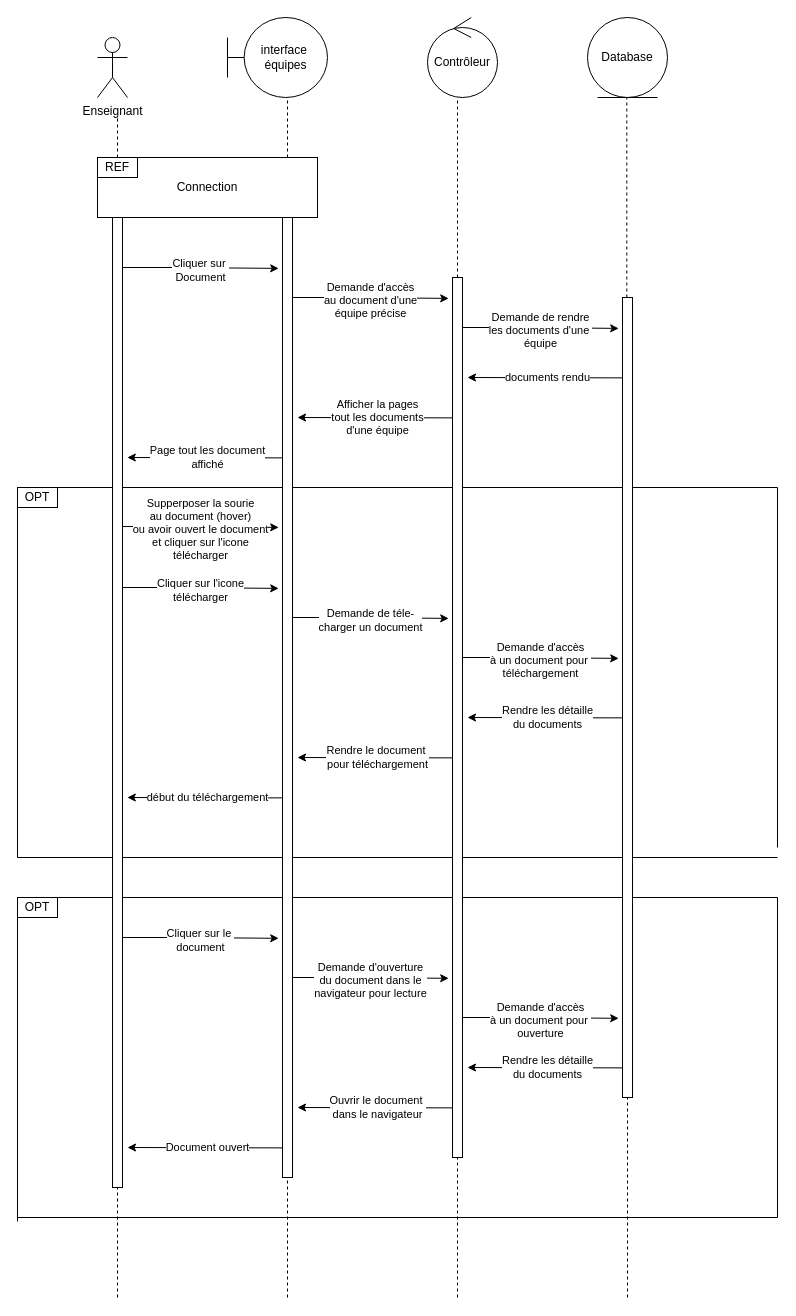
stormsidali2001/PFE_third_year_school_project_front keeps this draw.io diagram as diagrams/ConculterLesDocumentsDeSesEquipes.drawio. Above is the earlier version. Source tidied: cells renumbered, new cells numbered last; positions are measured from the earlier drawing's top-left corner, leaving out a move shared by most shapes. Both pictures are drawn from the tidied source at 100%, with x=0, y=0 at pixel (17, 17).
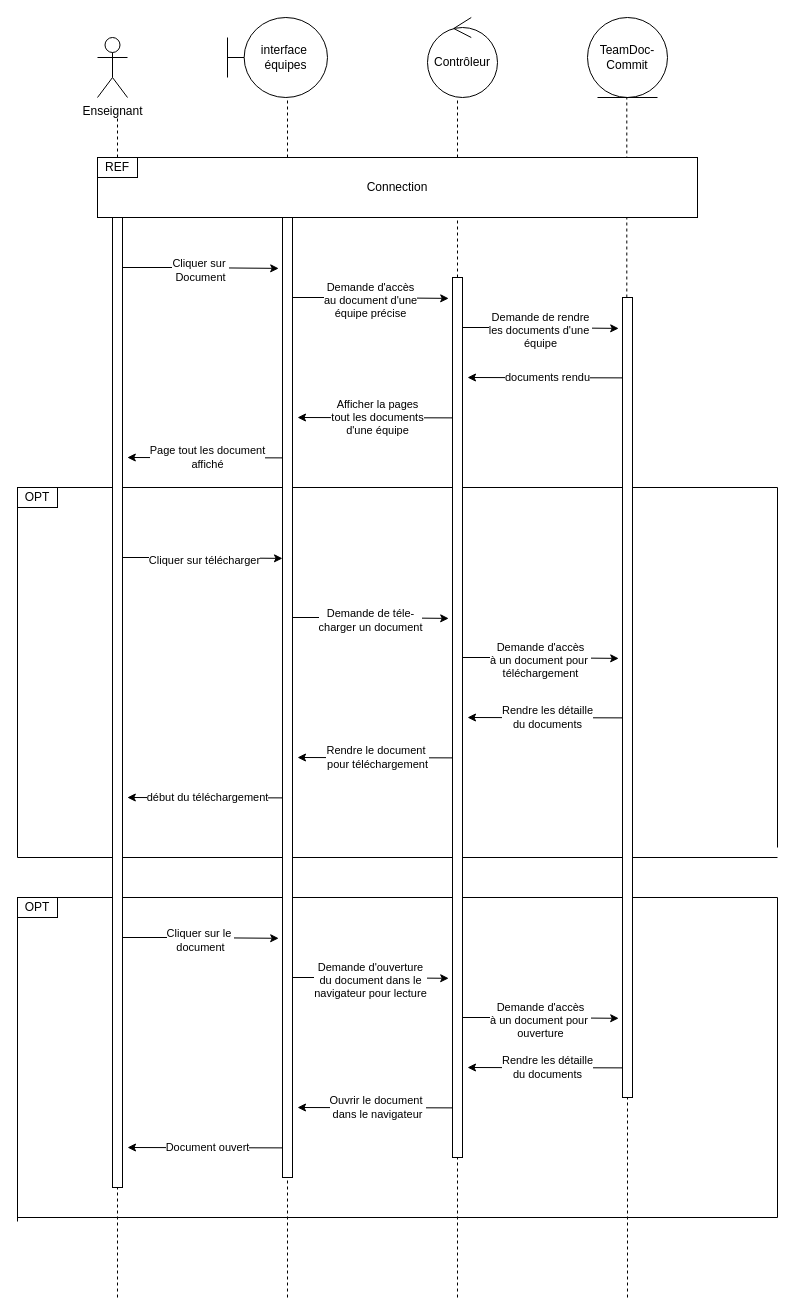
The same page after the edit.

The edit, as a diff of the source:
```diff
@@
-    <mxCell id="4" value="Database" style="ellipse;shape=umlEntity;whiteSpace=wrap;html=1;" parent="1" vertex="1">
+    <mxCell id="4" value="TeamDoc-&lt;br&gt;Commit" style="ellipse;shape=umlEntity;whiteSpace=wrap;html=1;" parent="1" vertex="1">
       <mxGeometry x="570" width="80" height="80" as="geometry" />
     </mxCell>
@@
     <mxCell id="12" value="Connection" style="rounded=0;whiteSpace=wrap;html=1;" parent="1" vertex="1">
-      <mxGeometry x="80" y="140" width="220" height="60" as="geometry" />
+      <mxGeometry x="80" y="140" width="600" height="60" as="geometry" />
     </mxCell>
@@
     <mxCell id="21" style="endArrow=classic;html=1;rounded=0;entryX=0.12;entryY=0.079;entryDx=0;entryDy=0;entryPerimeter=0;" parent="1" edge="1">
       <mxGeometry relative="1" as="geometry">
-        <mxPoint x="100" y="509" as="sourcePoint" />
-        <mxPoint x="261.2" y="509.9" as="targetPoint" />
+        <mxPoint x="103.8" y="540" as="sourcePoint" />
+        <mxPoint x="265" y="540.9" as="targetPoint" />
         <Array as="points">
-          <mxPoint x="160.5" y="509" />
+          <mxPoint x="164.3" y="540" />
         </Array>
       </mxGeometry>
     </mxCell>
-    <mxCell id="22" value="Supperposer la sourie&lt;br&gt;au document (hover)&lt;br&gt;ou avoir ouvert le document&lt;br&gt;et cliquer sur l'icone&lt;br&gt;télécharger" style="edgeLabel;html=1;align=center;verticalAlign=middle;" parent="21" vertex="1">
+    <mxCell id="22" value="Cliquer sur télécharger" style="edgeLabel;html=1;align=center;verticalAlign=middle;" parent="21" vertex="1">
       <mxGeometry x="0.03" y="-2" relative="1" as="geometry" />
     </mxCell>
-    <mxCell id="23" style="endArrow=classic;html=1;rounded=0;entryX=0.12;entryY=0.079;entryDx=0;entryDy=0;entryPerimeter=0;" parent="1" edge="1">
-      <mxGeometry relative="1" as="geometry">
-        <mxPoint x="100" y="570" as="sourcePoint" />
-        <mxPoint x="261.2" y="570.9" as="targetPoint" />
-        <Array as="points">
-          <mxPoint x="160.5" y="570" />
-        </Array>
-      </mxGeometry>
-    </mxCell>
-    <mxCell id="24" value="Cliquer sur l'icone&lt;br&gt;télécharger" style="edgeLabel;html=1;align=center;verticalAlign=middle;" parent="23" vertex="1">
-      <mxGeometry x="0.03" y="-2" relative="1" as="geometry" />
-    </mxCell>
```
